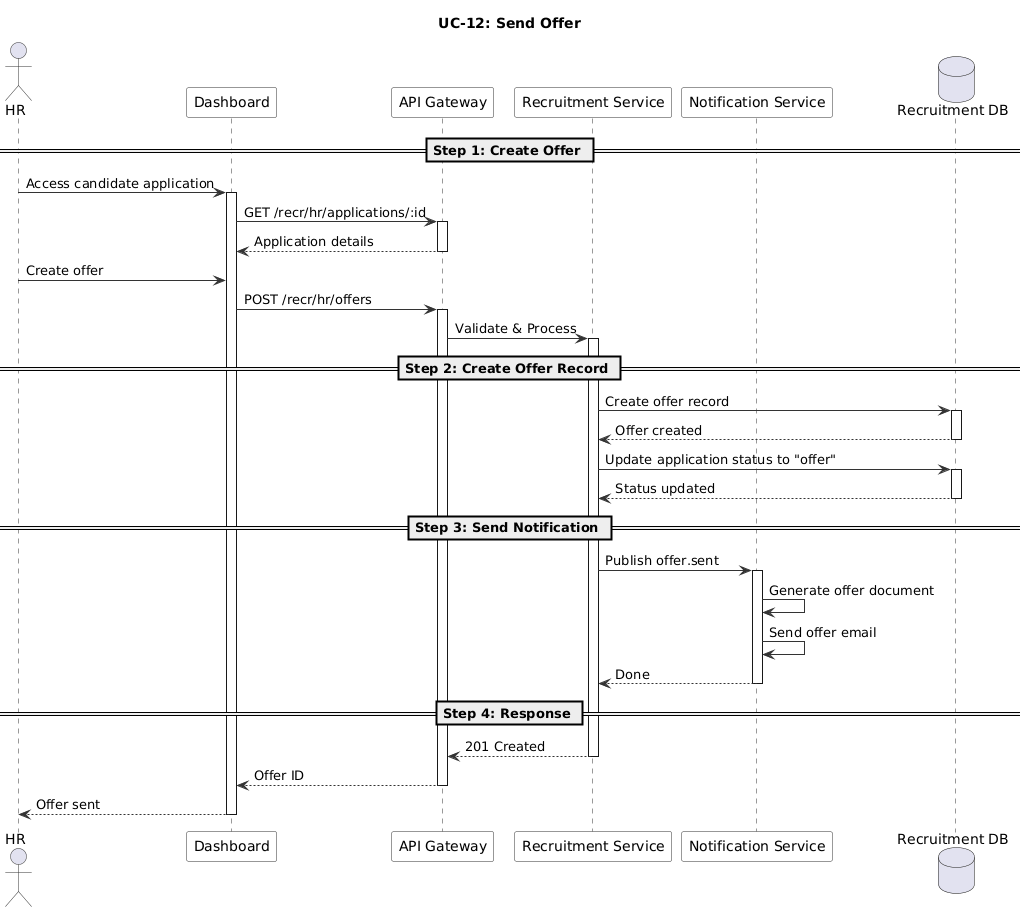
Earlier version of the PlantUML export modules/recr/images/sequence/uc12-send-offer-sequence.png (namnh240795/document).
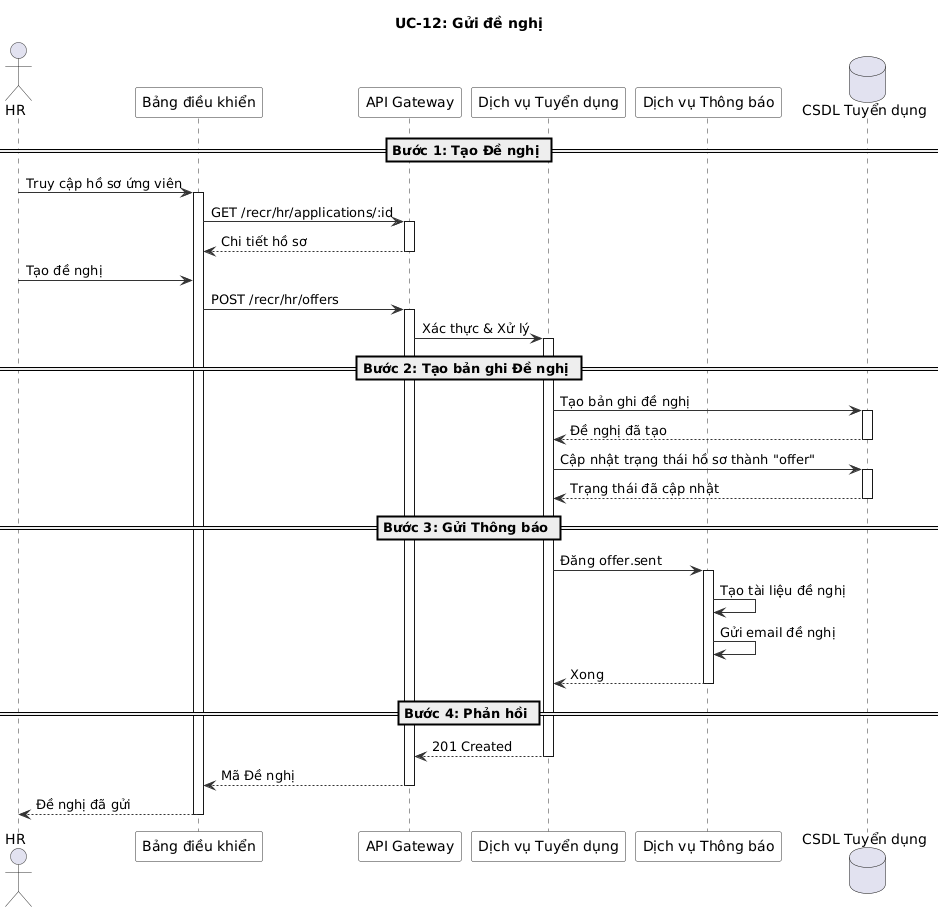
The same file after the commit.

The edit, as a diff of the source:
```diff
@@ -7,63 +7,63 @@
   ParticipantBorderColor #333333
 }
 
-title UC-12: Send Offer
+title UC-12: Gửi đề nghị
 
 actor "HR" as HR
-participant "Dashboard" as FE
+participant "Bảng điều khiển" as FE
 participant "API Gateway" as GW
-participant "Recruitment Service" as RS
-participant "Notification Service" as NS
-database "Recruitment DB" as DB
+participant "Dịch vụ Tuyển dụng" as RS
+participant "Dịch vụ Thông báo" as NS
+database "CSDL Tuyển dụng" as DB
 
-== Step 1: Create Offer ==
+== Bước 1: Tạo Đề nghị ==
 
-HR -> FE : Access candidate application
+HR -> FE : Truy cập hồ sơ ứng viên
 activate FE
 
 FE -> GW : GET /recr/hr/applications/:id
 activate GW
-GW --> FE : Application details
+GW --> FE : Chi tiết hồ sơ
 deactivate GW
 
-HR -> FE : Create offer
+HR -> FE : Tạo đề nghị
 FE -> GW : POST /recr/hr/offers
 activate GW
 
-GW -> RS : Validate & Process
+GW -> RS : Xác thực & Xử lý
 activate RS
 
-== Step 2: Create Offer Record ==
+== Bước 2: Tạo bản ghi Đề nghị ==
 
-RS -> DB : Create offer record
+RS -> DB : Tạo bản ghi đề nghị
 activate DB
-DB --> RS : Offer created
+DB --> RS : Đề nghị đã tạo
 deactivate DB
 
-RS -> DB : Update application status to "offer"
+RS -> DB : Cập nhật trạng thái hồ sơ thành "offer"
 activate DB
-DB --> RS : Status updated
+DB --> RS : Trạng thái đã cập nhật
 deactivate DB
 
-== Step 3: Send Notification ==
+== Bước 3: Gửi Thông báo ==
 
-RS -> NS : Publish offer.sent
+RS -> NS : Đăng offer.sent
 activate NS
 
-NS -> NS : Generate offer document
-NS -> NS : Send offer email
-NS --> RS : Done
+NS -> NS : Tạo tài liệu đề nghị
+NS -> NS : Gửi email đề nghị
+NS --> RS : Xong
 deactivate NS
 
-== Step 4: Response ==
+== Bước 4: Phản hồi ==
 
 RS --> GW : 201 Created
 deactivate RS
 
-GW --> FE : Offer ID
+GW --> FE : Mã Đề nghị
 deactivate GW
 
-FE --> HR : Offer sent
+FE --> HR : Đề nghị đã gửi
 deactivate FE
 
 @enduml
```
